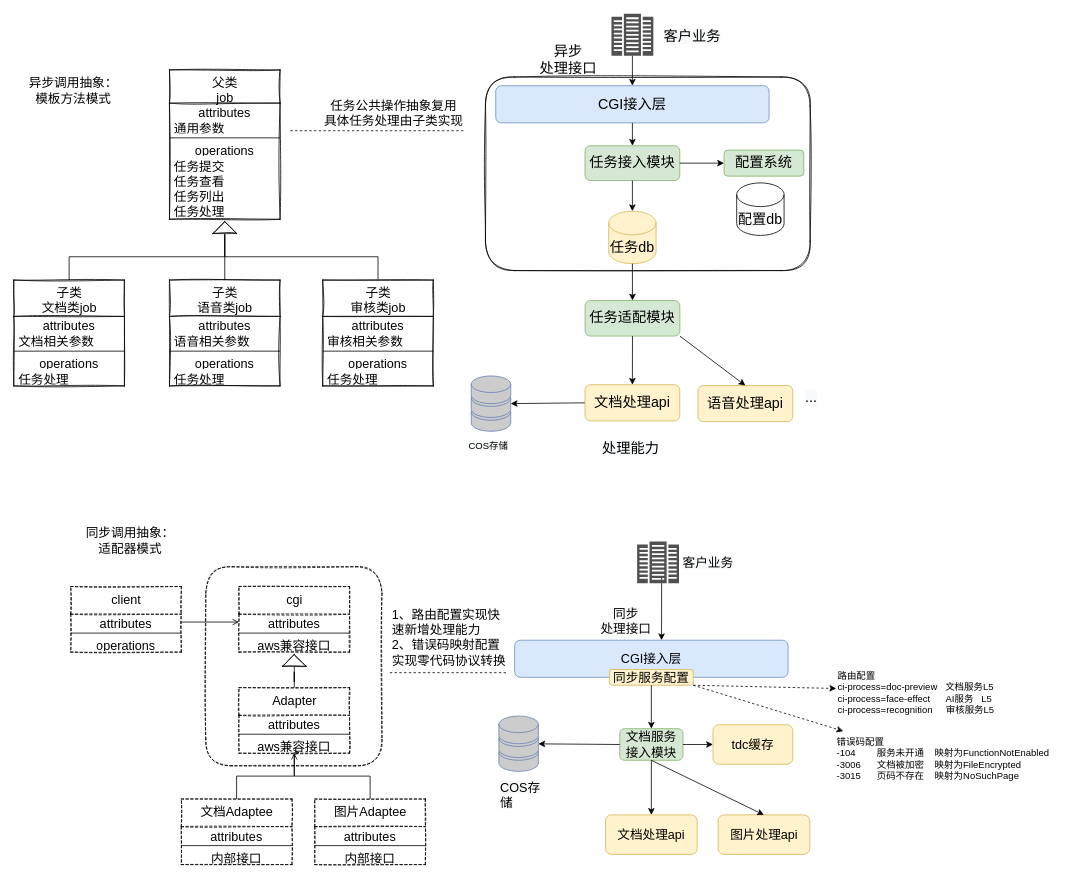
This is page "类图抽象" (6 of 7) of Untitled Diagram.drawio from wangnan8791/document, a draw.io file, before an edit. Source tidied: cells renumbered, new cells numbered last; positions are measured from the earlier drawing's top-left corner, leaving out a move shared by most shapes. Both pictures are drawn from the tidied source at 79%, with x=0, y=0 at pixel (13, 13).
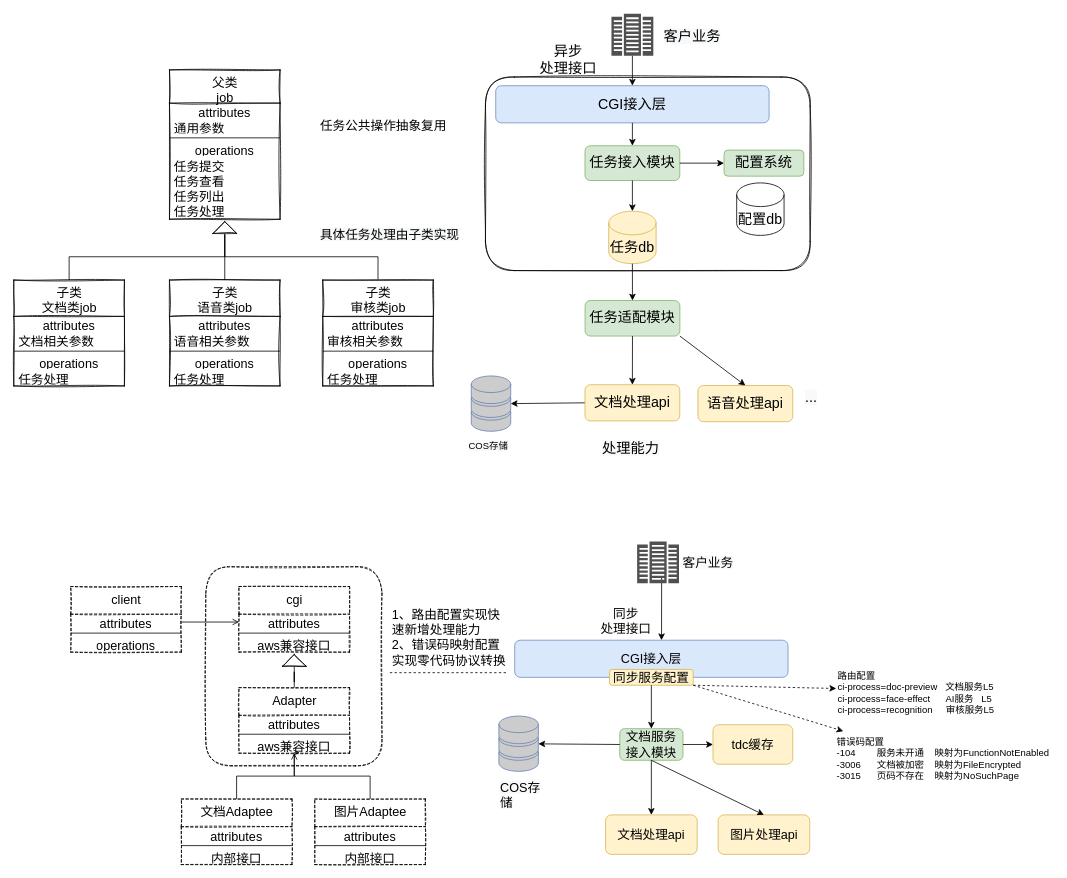
After the change.

Change to the diagram source:
```diff
@@
-    <mxCell id="4" value="同步调用抽象：&lt;br style=&quot;font-size: 16px;&quot;&gt;适配器模式" style="text;html=1;align=center;verticalAlign=middle;fontSize=16;" parent="1" vertex="1">
-      <mxGeometry x="86" y="646" width="122" height="42" as="geometry" />
-    </mxCell>
-    <mxCell id="5" value="异步调用抽象：&lt;br style=&quot;font-size: 16px;&quot;&gt;模板方法模式" style="text;html=1;align=center;verticalAlign=middle;fontSize=16;" parent="1" vertex="1">
-      <mxGeometry x="14" y="76" width="122" height="42" as="geometry" />
-    </mxCell>
@@
-    <mxCell id="57" style="endArrow=none;dashed=1;html=1;fontSize=20;" parent="1" edge="1">
-      <mxGeometry relative="1" as="geometry">
-        <mxPoint x="350" y="148" as="sourcePoint" />
-        <mxPoint x="572" y="148" as="targetPoint" />
-      </mxGeometry>
-    </mxCell>
-    <mxCell id="58" value="&lt;div style=&quot;text-align: center ; font-size: 16px&quot;&gt;&lt;font face=&quot;helvetica&quot; style=&quot;font-size: 16px&quot;&gt;任务公共操作抽象复用&lt;/font&gt;&lt;/div&gt;&lt;div style=&quot;text-align: center ; font-size: 16px&quot;&gt;&lt;font face=&quot;helvetica&quot; style=&quot;font-size: 16px&quot;&gt;具体任务处理由子类实现&lt;/font&gt;&lt;/div&gt;" style="text;whiteSpace=wrap;html=1;fontSize=16;" parent="1" vertex="1">
-      <mxGeometry x="391" y="100" width="203" height="38" as="geometry" />
+    <mxCell id="58" value="&lt;div style=&quot;text-align: center ; font-size: 16px&quot;&gt;&lt;font face=&quot;helvetica&quot; style=&quot;font-size: 16px&quot;&gt;任务公共操作抽象复用&lt;/font&gt;&lt;/div&gt;&lt;div style=&quot;text-align: center ; font-size: 16px&quot;&gt;&lt;br&gt;&lt;/div&gt;" style="text;whiteSpace=wrap;html=1;fontSize=16;" parent="1" vertex="1">
+      <mxGeometry x="386" y="125" width="203" height="36" as="geometry" />
     </mxCell>
@@
+    <mxCell id="107" value="&lt;span style=&quot;color: rgb(0, 0, 0); font-family: helvetica; font-size: 16px; font-style: normal; font-weight: 400; letter-spacing: normal; text-align: center; text-indent: 0px; text-transform: none; word-spacing: 0px; background-color: rgb(248, 249, 250); display: inline; float: none;&quot;&gt;具体任务处理由子类实现&lt;/span&gt;" style="text;whiteSpace=wrap;html=1;fontSize=16;" parent="1" vertex="1">
+      <mxGeometry x="386" y="263" width="196" height="33" as="geometry" />
+    </mxCell>
```
